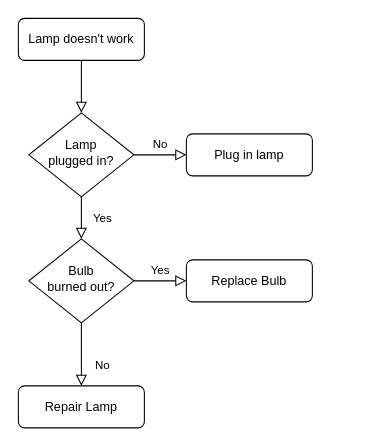
Above: 未命名绘图.drawio in elfKiller3/Fine_mapping (draw.io), before the change. Source tidied: cells renumbered, new cells numbered last; positions are measured from the earlier drawing's top-left corner, leaving out a move shared by most shapes. Both pictures are drawn from the tidied source at 105%, with x=0, y=0 at pixel (18, 18).
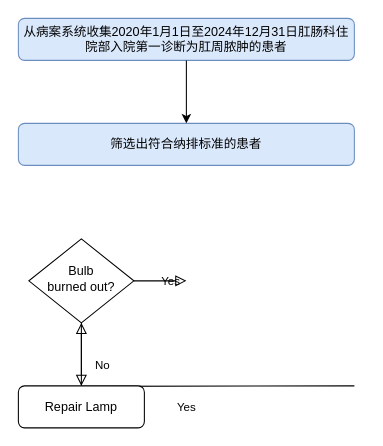
The same page after the edit.

What changed in the source:
```diff
@@
 <mxGraphModel>
   <root>
     <mxCell id="0" />
     <mxCell id="1" parent="0" />
-    <mxCell id="2" style="rounded=0;html=1;jettySize=auto;fontSize=11;endArrow=block;endFill=0;endSize=8;strokeWidth=1;shadow=0;labelBackgroundColor=none;edgeStyle=orthogonalEdgeStyle;" parent="1" edge="1" source="3" target="6">
-      <mxGeometry relative="1" as="geometry" />
-    </mxCell>
-    <mxCell id="3" value="Lamp doesn't work" style="rounded=1;whiteSpace=wrap;html=1;fontSize=12;glass=0;strokeWidth=1;shadow=0;" parent="1" vertex="1">
-      <mxGeometry width="120" height="40" as="geometry" />
+    <mxCell id="3" value="从病案系统收集2020年1月1日至2024年12月31日肛肠科住院部入院第一诊断为肛周脓肿的患者" style="rounded=1;whiteSpace=wrap;html=1;fontSize=12;glass=0;strokeWidth=1;shadow=0;fillColor=#dae8fc;strokeColor=#6c8ebf;" parent="1" vertex="1">
+      <mxGeometry width="320" height="40" as="geometry" />
     </mxCell>
-    <mxCell id="4" value="Yes" style="rounded=0;html=1;jettySize=auto;fontSize=11;endArrow=block;endFill=0;endSize=8;strokeWidth=1;shadow=0;labelBackgroundColor=none;edgeStyle=orthogonalEdgeStyle;" parent="1" edge="1" source="6" target="10">
-      <mxGeometry y="20" relative="1" as="geometry" />
+    <mxCell id="4" value="Yes" style="rounded=0;html=1;jettySize=auto;fontSize=11;endArrow=block;endFill=0;endSize=8;strokeWidth=1;shadow=0;labelBackgroundColor=none;edgeStyle=orthogonalEdgeStyle;" parent="1" edge="1" target="10">
+      <mxGeometry y="20" relative="1" as="geometry">
+        <mxPoint x="320" y="350" as="sourcePoint" />
+      </mxGeometry>
     </mxCell>
-    <mxCell id="5" value="No" style="edgeStyle=orthogonalEdgeStyle;rounded=0;html=1;jettySize=auto;fontSize=11;endArrow=block;endFill=0;endSize=8;strokeWidth=1;shadow=0;labelBackgroundColor=none;" parent="1" edge="1" source="6" target="7">
-      <mxGeometry y="10" relative="1" as="geometry" />
-    </mxCell>
-    <mxCell id="6" value="Lamp&lt;br&gt;plugged in?" style="rhombus;whiteSpace=wrap;html=1;shadow=0;fontFamily=Helvetica;fontSize=12;align=center;strokeWidth=1;spacing=6;spacingTop=-4;" parent="1" vertex="1">
-      <mxGeometry x="10" y="90" width="100" height="80" as="geometry" />
-    </mxCell>
-    <mxCell id="7" value="Plug in lamp" style="rounded=1;whiteSpace=wrap;html=1;fontSize=12;glass=0;strokeWidth=1;shadow=0;" parent="1" vertex="1">
-      <mxGeometry x="160" y="110" width="120" height="40" as="geometry" />
-    </mxCell>
     <mxCell id="8" value="No" style="rounded=0;html=1;jettySize=auto;fontSize=11;endArrow=block;endFill=0;endSize=8;strokeWidth=1;shadow=0;labelBackgroundColor=none;edgeStyle=orthogonalEdgeStyle;" parent="1" edge="1" source="10" target="11">
       <mxGeometry x="0.33" y="20" relative="1" as="geometry" />
     </mxCell>
-    <mxCell id="9" value="Yes" style="edgeStyle=orthogonalEdgeStyle;rounded=0;html=1;jettySize=auto;fontSize=11;endArrow=block;endFill=0;endSize=8;strokeWidth=1;shadow=0;labelBackgroundColor=none;" parent="1" edge="1" source="10" target="12">
-      <mxGeometry y="10" relative="1" as="geometry" />
+    <mxCell id="9" value="Yes" style="edgeStyle=orthogonalEdgeStyle;rounded=0;html=1;jettySize=auto;fontSize=11;endArrow=block;endFill=0;endSize=8;strokeWidth=1;shadow=0;labelBackgroundColor=none;" parent="1" edge="1" source="10">
+      <mxGeometry y="10" relative="1" as="geometry">
+        <mxPoint x="160" y="250" as="targetPoint" />
+      </mxGeometry>
     </mxCell>
     <mxCell id="10" value="Bulb&lt;br&gt;burned out?" style="rhombus;whiteSpace=wrap;html=1;shadow=0;fontFamily=Helvetica;fontSize=12;align=center;strokeWidth=1;spacing=6;spacingTop=-4;" parent="1" vertex="1">
       <mxGeometry x="10" y="210" width="100" height="80" as="geometry" />
     </mxCell>
     <mxCell id="11" value="Repair Lamp" style="rounded=1;whiteSpace=wrap;html=1;fontSize=12;glass=0;strokeWidth=1;shadow=0;" parent="1" vertex="1">
       <mxGeometry y="350" width="120" height="40" as="geometry" />
     </mxCell>
-    <mxCell id="12" value="Replace Bulb" style="rounded=1;whiteSpace=wrap;html=1;fontSize=12;glass=0;strokeWidth=1;shadow=0;" parent="1" vertex="1">
-      <mxGeometry x="160" y="230" width="120" height="40" as="geometry" />
-    </mxCell>
+    <mxCell id="13" value="筛选出符合纳排标准的患者" style="rounded=1;whiteSpace=wrap;html=1;fontSize=12;glass=0;strokeWidth=1;shadow=0;fillColor=#dae8fc;strokeColor=#6c8ebf;" parent="1" vertex="1">
+      <mxGeometry y="100" width="320" height="40" as="geometry" />
+    </mxCell>
+    <mxCell id="14" style="edgeStyle=orthogonalEdgeStyle;rounded=0;jettySize=auto;html=1;entryX=0.5;entryY=0;entryDx=0;entryDy=0;" parent="1" edge="1" source="3" target="13">
+      <mxGeometry relative="1" as="geometry" />
+    </mxCell>
   </root>
 </mxGraphModel>
```
